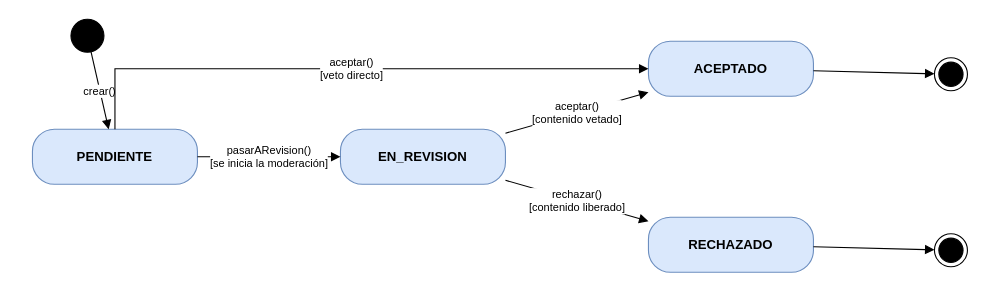
JaiderSoto07/kudos-backend keeps this draw.io diagram as page "Estado del reporte" (3 of 6) of documentacion/fuentes/diagramas-estado.drawio. Above is the earlier version. Source tidied: cells renumbered, new cells numbered last; positions are measured from the earlier drawing's top-left corner, leaving out a move shared by most shapes. Both pictures are drawn from the tidied source at 110%, with x=0, y=0 at pixel (32, 19).
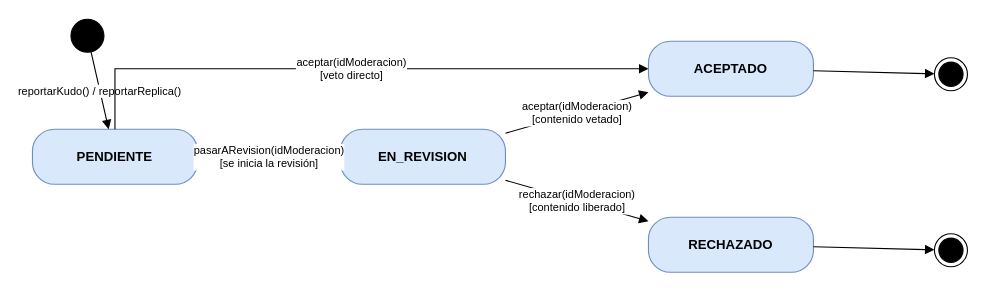
The same page after the edit.

The edit, as a diff of the source:
```diff
@@
 <mxGraphModel>
   <root>
     <mxCell id="0" />
     <mxCell id="1" parent="0" />
     <mxCell id="2" value="PENDIENTE" style="rounded=1;whiteSpace=wrap;html=1;arcSize=40;fillColor=#dae8fc;strokeColor=#6c8ebf;fontStyle=1;" parent="1" vertex="1">
       <mxGeometry y="100" width="150" height="50" as="geometry" />
     </mxCell>
     <mxCell id="3" value="EN_REVISION" style="rounded=1;whiteSpace=wrap;html=1;arcSize=40;fillColor=#dae8fc;strokeColor=#6c8ebf;fontStyle=1;" parent="1" vertex="1">
       <mxGeometry x="280" y="100" width="150" height="50" as="geometry" />
     </mxCell>
     <mxCell id="4" value="ACEPTADO" style="rounded=1;whiteSpace=wrap;html=1;arcSize=40;fillColor=#dae8fc;strokeColor=#6c8ebf;fontStyle=1;" parent="1" vertex="1">
       <mxGeometry x="560" y="20" width="150" height="50" as="geometry" />
     </mxCell>
     <mxCell id="5" value="RECHAZADO" style="rounded=1;whiteSpace=wrap;html=1;arcSize=40;fillColor=#dae8fc;strokeColor=#6c8ebf;fontStyle=1;" parent="1" vertex="1">
       <mxGeometry x="560" y="180" width="150" height="50" as="geometry" />
     </mxCell>
     <mxCell id="6" style="ellipse;fillColor=#000000;strokeColor=#000000;" parent="1" vertex="1">
       <mxGeometry x="35" width="30" height="30" as="geometry" />
     </mxCell>
-    <mxCell id="7" value="crear()" style="endArrow=block;endFill=1;html=1;rounded=0;fontSize=10;labelBackgroundColor=#ffffff;edgeStyle=none;" parent="1" edge="1" source="6" target="2">
+    <mxCell id="7" value="reportarKudo() / reportarReplica()" style="endArrow=block;endFill=1;html=1;rounded=0;fontSize=10;labelBackgroundColor=#ffffff;edgeStyle=none;" parent="1" edge="1" source="6" target="2">
       <mxGeometry relative="1" as="geometry" />
     </mxCell>
     <mxCell id="8" style="ellipse;html=1;shape=endState;fillColor=#000000;strokeColor=#000000;" parent="1" vertex="1">
       <mxGeometry x="820" y="35" width="30" height="30" as="geometry" />
     </mxCell>
     <mxCell id="9" style="endArrow=block;endFill=1;html=1;rounded=0;fontSize=10;labelBackgroundColor=#ffffff;edgeStyle=none;" parent="1" edge="1" source="4" target="8">
       <mxGeometry relative="1" as="geometry" />
     </mxCell>
     <mxCell id="10" style="ellipse;html=1;shape=endState;fillColor=#000000;strokeColor=#000000;" parent="1" vertex="1">
       <mxGeometry x="820" y="195" width="30" height="30" as="geometry" />
     </mxCell>
     <mxCell id="11" style="endArrow=block;endFill=1;html=1;rounded=0;fontSize=10;labelBackgroundColor=#ffffff;edgeStyle=none;" parent="1" edge="1" source="5" target="10">
       <mxGeometry relative="1" as="geometry" />
     </mxCell>
-    <mxCell id="12" value="pasarARevision()&lt;br&gt;[se inicia la moderación]" style="endArrow=block;endFill=1;html=1;rounded=0;fontSize=10;labelBackgroundColor=#ffffff;edgeStyle=none;" parent="1" edge="1" source="2" target="3">
+    <mxCell id="12" value="pasarARevision(idModeracion)&lt;br&gt;[se inicia la revisión]" style="endArrow=block;endFill=1;html=1;rounded=0;fontSize=10;labelBackgroundColor=#ffffff;edgeStyle=none;" parent="1" edge="1" source="2" target="3">
       <mxGeometry relative="1" as="geometry" />
     </mxCell>
-    <mxCell id="13" value="aceptar()&lt;br&gt;[contenido vetado]" style="endArrow=block;endFill=1;html=1;rounded=0;fontSize=10;labelBackgroundColor=#ffffff;edgeStyle=none;" parent="1" edge="1" source="3" target="4">
+    <mxCell id="13" value="aceptar(idModeracion)&lt;br&gt;[contenido vetado]" style="endArrow=block;endFill=1;html=1;rounded=0;fontSize=10;labelBackgroundColor=#ffffff;edgeStyle=none;" parent="1" edge="1" source="3" target="4">
       <mxGeometry relative="1" as="geometry" />
     </mxCell>
-    <mxCell id="14" value="rechazar()&lt;br&gt;[contenido liberado]" style="endArrow=block;endFill=1;html=1;rounded=0;fontSize=10;labelBackgroundColor=#ffffff;edgeStyle=none;" parent="1" edge="1" source="3" target="5">
+    <mxCell id="14" value="rechazar(idModeracion)&lt;br&gt;[contenido liberado]" style="endArrow=block;endFill=1;html=1;rounded=0;fontSize=10;labelBackgroundColor=#ffffff;edgeStyle=none;" parent="1" edge="1" source="3" target="5">
       <mxGeometry relative="1" as="geometry" />
     </mxCell>
-    <mxCell id="15" value="aceptar()&lt;br&gt;[veto directo]" style="endArrow=block;endFill=1;html=1;rounded=0;fontSize=10;labelBackgroundColor=#ffffff;edgeStyle=none;" parent="1" edge="1" source="2" target="4">
+    <mxCell id="15" value="aceptar(idModeracion)&lt;br&gt;[veto directo]" style="endArrow=block;endFill=1;html=1;rounded=0;fontSize=10;labelBackgroundColor=#ffffff;edgeStyle=none;" parent="1" edge="1" source="2" target="4">
       <mxGeometry relative="1" as="geometry">
         <Array as="points">
           <mxPoint x="75" y="45" />
         </Array>
       </mxGeometry>
     </mxCell>
   </root>
 </mxGraphModel>
```
